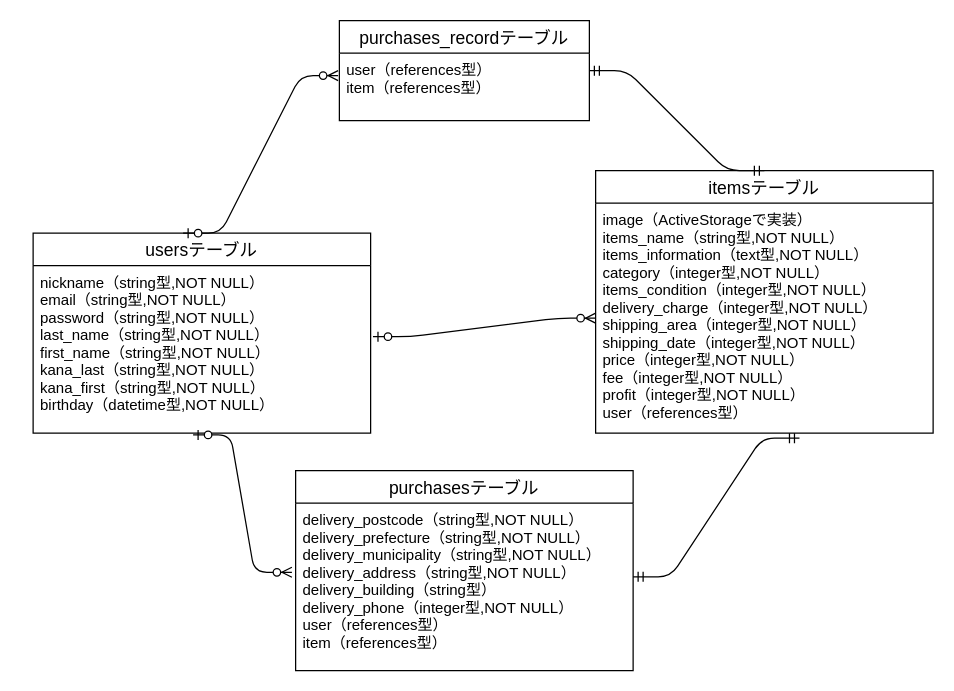
The draw.io diagram furima.dio in Kazutosi110/furima-35234, before the edit. Source tidied: cells renumbered, new cells numbered last; positions are measured from the earlier drawing's top-left corner, leaving out a move shared by most shapes. Both pictures are drawn from the tidied source at 125%, with x=0, y=0 at pixel (32, 20).
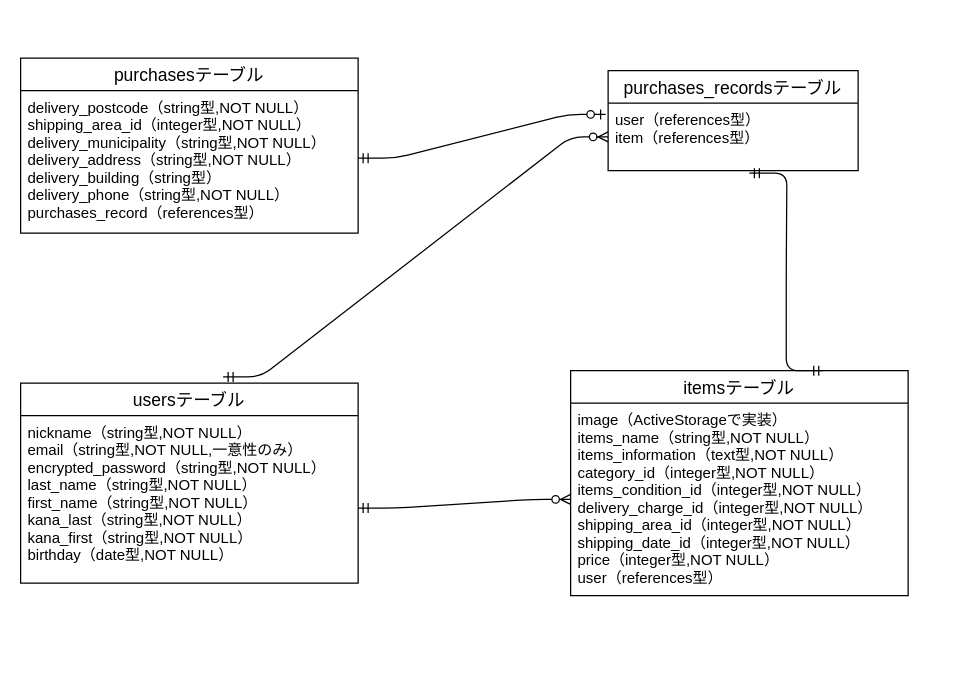
The same page after the edit.

Commit message (it also covers changes not shown here):
ER図・READMEの作成直し（3）

What changed in the source:
```diff
@@
 <mxGraphModel>
   <root>
     <mxCell id="0" />
     <mxCell id="1" parent="0" />
     <mxCell id="2" value="usersテーブル" style="swimlane;fontStyle=0;horizontal=1;startSize=26;align=center;fontSize=14;" parent="1" vertex="1">
-      <mxGeometry y="170" width="270" height="160" as="geometry" />
+      <mxGeometry x="-10" y="290" width="270" height="160" as="geometry" />
     </mxCell>
-    <mxCell id="3" value="nickname（string型,NOT NULL）&#10;email（string型,NOT NULL）&#10;password（string型,NOT NULL）&#10;last_name（string型,NOT NULL）&#10;first_name（string型,NOT NULL）&#10;kana_last（string型,NOT NULL）&#10;kana_first（string型,NOT NULL）&#10;birthday（datetime型,NOT NULL）" style="text;strokeColor=none;fillColor=none;spacingLeft=4;spacingRight=4;overflow=hidden;points=[[0,0.5],[1,0.5]];portConstraint=eastwest;fontSize=12;" parent="2" vertex="1">
+    <mxCell id="3" value="nickname（string型,NOT NULL）&#10;email（string型,NOT NULL,一意性のみ）&#10;encrypted_password（string型,NOT NULL）&#10;last_name（string型,NOT NULL）&#10;first_name（string型,NOT NULL）&#10;kana_last（string型,NOT NULL）&#10;kana_first（string型,NOT NULL）&#10;birthday（date型,NOT NULL）" style="text;strokeColor=none;fillColor=none;spacingLeft=4;spacingRight=4;overflow=hidden;points=[[0,0.5],[1,0.5]];portConstraint=eastwest;fontSize=12;" parent="2" vertex="1">
       <mxGeometry y="26" width="270" height="134" as="geometry" />
     </mxCell>
     <mxCell id="4" style="edgeStyle=orthogonalEdgeStyle;rounded=0;orthogonalLoop=1;jettySize=auto;html=1;exitX=1;exitY=0.5;exitDx=0;exitDy=0;" parent="2" edge="1" source="3" target="3">
       <mxGeometry relative="1" as="geometry" />
     </mxCell>
     <mxCell id="5" value="itemsテーブル" style="swimlane;fontStyle=0;horizontal=1;startSize=26;align=center;fontSize=14;" parent="1" vertex="1">
-      <mxGeometry x="450" y="120" width="270" height="210" as="geometry" />
+      <mxGeometry x="430" y="280" width="270" height="180" as="geometry" />
     </mxCell>
-    <mxCell id="6" value="image（ActiveStorageで実装）&#10;items_name（string型,NOT NULL）&#10;items_information（text型,NOT NULL）&#10;category（integer型,NOT NULL）&#10;items_condition（integer型,NOT NULL）&#10;delivery_charge（integer型,NOT NULL）&#10;shipping_area（integer型,NOT NULL）&#10;shipping_date（integer型,NOT NULL）&#10;price（integer型,NOT NULL）&#10;fee（integer型,NOT NULL）&#10;profit（integer型,NOT NULL）&#10;user（references型）" style="text;strokeColor=none;fillColor=none;spacingLeft=4;spacingRight=4;overflow=hidden;points=[[0,0.5],[1,0.5]];portConstraint=eastwest;fontSize=12;" parent="5" vertex="1">
-      <mxGeometry y="26" width="270" height="184" as="geometry" />
+    <mxCell id="6" value="image（ActiveStorageで実装）&#10;items_name（string型,NOT NULL）&#10;items_information（text型,NOT NULL）&#10;category_id（integer型,NOT NULL）&#10;items_condition_id（integer型,NOT NULL）&#10;delivery_charge_id（integer型,NOT NULL）&#10;shipping_area_id（integer型,NOT NULL）&#10;shipping_date_id（integer型,NOT NULL）&#10;price（integer型,NOT NULL）&#10;user（references型）" style="text;strokeColor=none;fillColor=none;spacingLeft=4;spacingRight=4;overflow=hidden;points=[[0,0.5],[1,0.5]];portConstraint=eastwest;fontSize=12;" parent="5" vertex="1">
+      <mxGeometry y="26" width="270" height="154" as="geometry" />
     </mxCell>
     <mxCell id="7" value="purchasesテーブル" style="swimlane;fontStyle=0;horizontal=1;startSize=26;align=center;fontSize=14;" parent="1" vertex="1">
-      <mxGeometry x="210" y="360" width="270" height="160" as="geometry" />
+      <mxGeometry x="-10" y="30" width="270" height="140" as="geometry" />
     </mxCell>
-    <mxCell id="8" value="delivery_postcode（string型,NOT NULL）&#10;delivery_prefecture（string型,NOT NULL）&#10;delivery_municipality（string型,NOT NULL）&#10;delivery_address（string型,NOT NULL）&#10;delivery_building（string型）&#10;delivery_phone（integer型,NOT NULL）&#10;user（references型）&#10;item（references型）" style="text;strokeColor=none;fillColor=none;spacingLeft=4;spacingRight=4;overflow=hidden;points=[[0,0.5],[1,0.5]];portConstraint=eastwest;fontSize=12;" parent="7" vertex="1">
-      <mxGeometry y="26" width="270" height="134" as="geometry" />
+    <mxCell id="8" value="delivery_postcode（string型,NOT NULL）&#10;shipping_area_id（integer型,NOT NULL）&#10;delivery_municipality（string型,NOT NULL）&#10;delivery_address（string型,NOT NULL）&#10;delivery_building（string型）&#10;delivery_phone（string型,NOT NULL）&#10;purchases_record（references型）" style="text;strokeColor=none;fillColor=none;spacingLeft=4;spacingRight=4;overflow=hidden;points=[[0,0.5],[1,0.5]];portConstraint=eastwest;fontSize=12;" parent="7" vertex="1">
+      <mxGeometry y="26" width="270" height="114" as="geometry" />
     </mxCell>
-    <mxCell id="9" style="edgeStyle=entityRelationEdgeStyle;fontSize=12;html=1;endArrow=ERzeroToMany;startArrow=ERzeroToOne;exitX=1.007;exitY=0.424;exitDx=0;exitDy=0;exitPerimeter=0;" parent="1" edge="1" source="3" target="6">
-      <mxGeometry relative="1" as="geometry" />
-    </mxCell>
-    <mxCell id="10" style="edgeStyle=entityRelationEdgeStyle;fontSize=12;html=1;endArrow=ERzeroToMany;startArrow=ERzeroToOne;exitX=0.474;exitY=1.011;exitDx=0;exitDy=0;exitPerimeter=0;entryX=-0.011;entryY=0.413;entryDx=0;entryDy=0;entryPerimeter=0;" parent="1" edge="1" source="3" target="8">
-      <mxGeometry relative="1" as="geometry" />
-    </mxCell>
-    <mxCell id="11" style="edgeStyle=entityRelationEdgeStyle;fontSize=12;html=1;endArrow=ERmandOne;startArrow=ERmandOne;entryX=0.604;entryY=1.022;entryDx=0;entryDy=0;entryPerimeter=0;exitX=1;exitY=0.44;exitDx=0;exitDy=0;exitPerimeter=0;" parent="1" edge="1" source="8" target="6">
-      <mxGeometry relative="1" as="geometry" />
-    </mxCell>
-    <mxCell id="12" value="purchases_recordテーブル" style="swimlane;fontStyle=0;horizontal=1;startSize=26;align=center;fontSize=14;" parent="1" vertex="1">
-      <mxGeometry x="245" width="200" height="80" as="geometry" />
+    <mxCell id="12" value="purchases_recordsテーブル" style="swimlane;fontStyle=0;horizontal=1;startSize=26;align=center;fontSize=14;" parent="1" vertex="1">
+      <mxGeometry x="460" y="40" width="200" height="80" as="geometry" />
     </mxCell>
     <mxCell id="13" value="user（references型）&#10;item（references型）" style="text;strokeColor=none;fillColor=none;spacingLeft=4;spacingRight=4;overflow=hidden;points=[[0,0.5],[1,0.5]];portConstraint=eastwest;fontSize=12;" parent="12" vertex="1">
       <mxGeometry y="26" width="200" height="54" as="geometry" />
     </mxCell>
-    <mxCell id="14" style="edgeStyle=entityRelationEdgeStyle;fontSize=12;html=1;endArrow=ERzeroToMany;startArrow=ERzeroToOne;entryX=-0.005;entryY=0.333;entryDx=0;entryDy=0;entryPerimeter=0;" parent="1" edge="1" target="13">
-      <mxGeometry relative="1" as="geometry">
-        <mxPoint x="120" y="170" as="sourcePoint" />
-      </mxGeometry>
-    </mxCell>
-    <mxCell id="15" style="edgeStyle=entityRelationEdgeStyle;fontSize=12;html=1;endArrow=ERmandOne;startArrow=ERmandOne;entryX=0.5;entryY=0;entryDx=0;entryDy=0;" parent="1" edge="1" target="5">
-      <mxGeometry relative="1" as="geometry">
-        <mxPoint x="445" y="40" as="sourcePoint" />
-      </mxGeometry>
-    </mxCell>
+    <mxCell id="16" style="edgeStyle=entityRelationEdgeStyle;fontSize=12;html=1;endArrow=ERzeroToMany;startArrow=ERmandOne;entryX=0;entryY=0.5;entryDx=0;entryDy=0;exitX=0.6;exitY=-0.031;exitDx=0;exitDy=0;exitPerimeter=0;" parent="1" edge="1" source="2" target="13">
+      <mxGeometry relative="1" as="geometry" />
+    </mxCell>
+    <mxCell id="17" style="edgeStyle=entityRelationEdgeStyle;fontSize=12;html=1;endArrow=ERmandOne;startArrow=ERmandOne;entryX=0.565;entryY=1.037;entryDx=0;entryDy=0;entryPerimeter=0;exitX=0.75;exitY=0;exitDx=0;exitDy=0;" parent="1" edge="1" source="5" target="13">
+      <mxGeometry relative="1" as="geometry" />
+    </mxCell>
+    <mxCell id="18" style="edgeStyle=entityRelationEdgeStyle;fontSize=12;html=1;endArrow=ERzeroToOne;startArrow=ERmandOne;entryX=-0.01;entryY=0.167;entryDx=0;entryDy=0;entryPerimeter=0;" parent="1" edge="1" target="13">
+      <mxGeometry relative="1" as="geometry">
+        <mxPoint x="260" y="110" as="sourcePoint" />
+      </mxGeometry>
+    </mxCell>
+    <mxCell id="9" style="edgeStyle=entityRelationEdgeStyle;fontSize=12;html=1;endArrow=ERzeroToMany;startArrow=ERmandOne;exitX=1;exitY=0.552;exitDx=0;exitDy=0;exitPerimeter=0;entryX=0;entryY=0.5;entryDx=0;entryDy=0;" parent="1" edge="1" source="3" target="6">
+      <mxGeometry relative="1" as="geometry" />
+    </mxCell>
   </root>
 </mxGraphModel>
```
